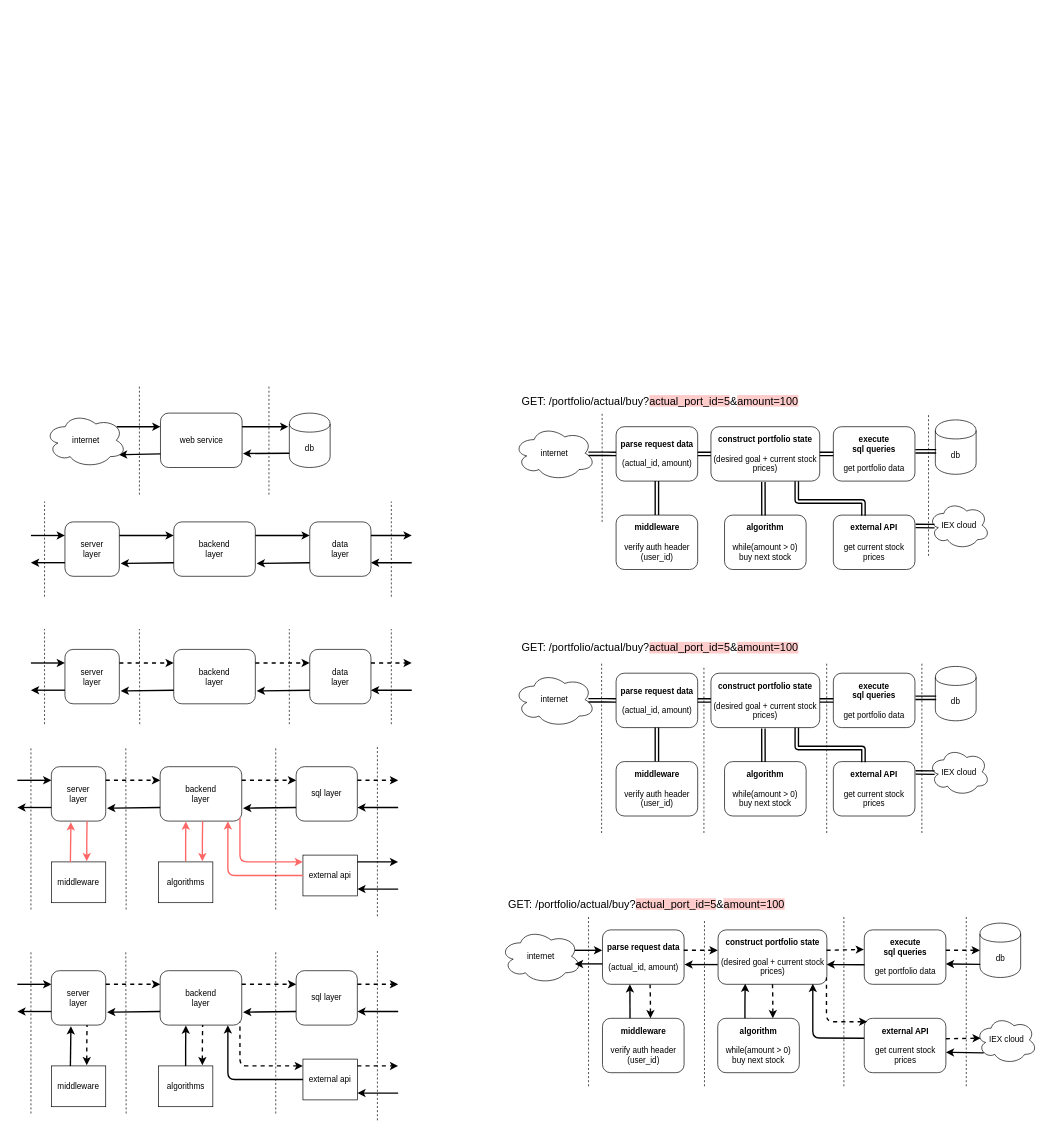
toidiu/talk_rust_belt_rust_2019 keeps this draw.io diagram as fin_talk.drawio. Above is the earlier version. Source tidied: cells renumbered, new cells numbered last; positions are measured from the earlier drawing's top-left corner, leaving out a move shared by most shapes. Both pictures are drawn from the tidied source at 68%, with x=0, y=0 at pixel (17, 386).
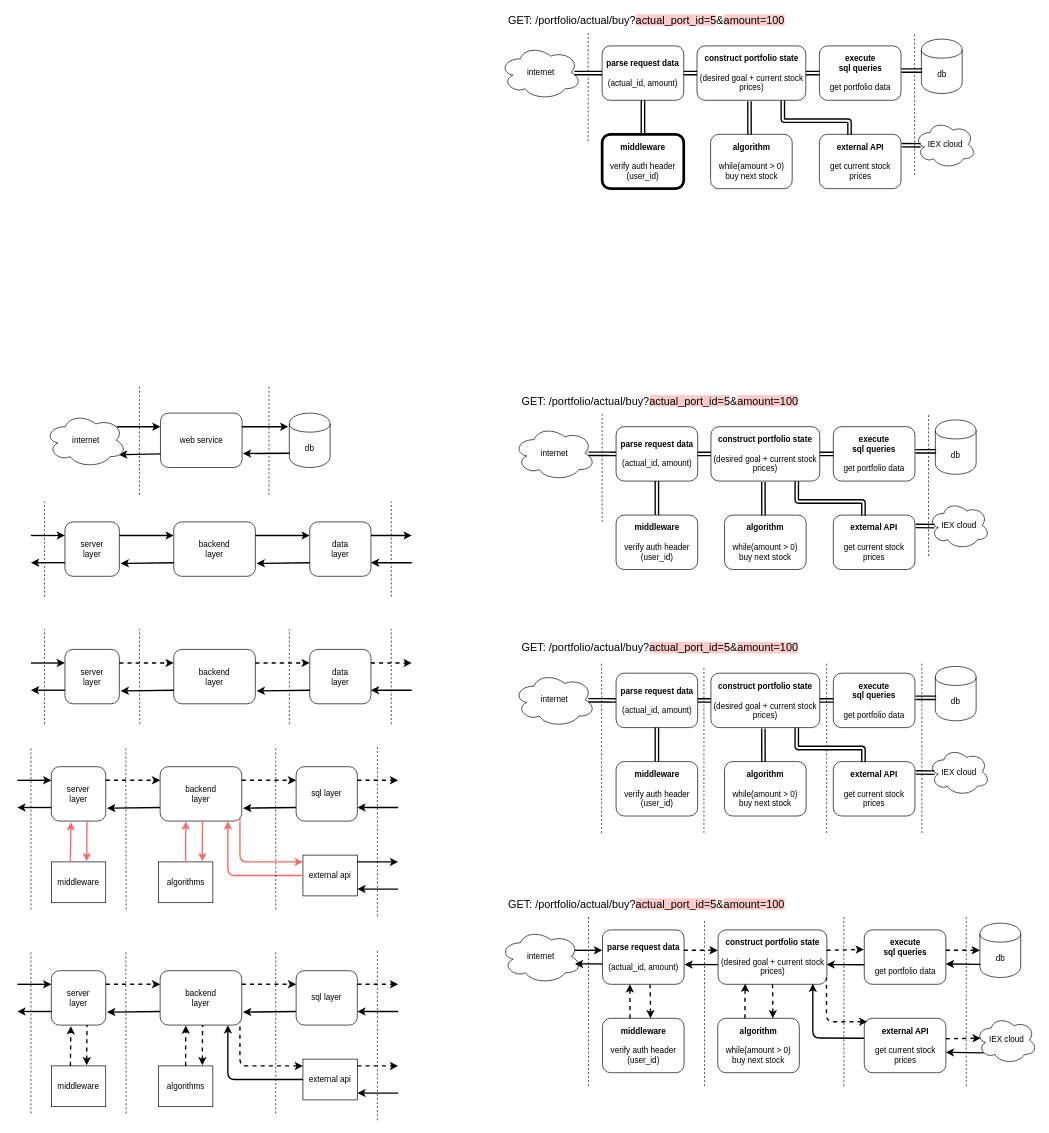
The same page after the edit.

Unchanged cells that the change refers to:
```xml
<mxCell id="104" value="&lt;div&gt;server&lt;/div&gt;&lt;div&gt;layer&lt;br&gt;&lt;/div&gt;" style="rounded=1;whiteSpace=wrap;html=1;" parent="1" vertex="1">
  <mxGeometry x="50" y="860" width="80" height="80" as="geometry" />
</mxCell>
<mxCell id="106" value="&lt;div&gt;backend&lt;/div&gt;&lt;div&gt;layer&lt;br&gt;&lt;/div&gt;" style="rounded=1;whiteSpace=wrap;html=1;" parent="1" vertex="1">
  <mxGeometry x="210" y="860" width="120" height="80" as="geometry" />
</mxCell>
<mxCell id="112" value="middleware" style="rounded=0;whiteSpace=wrap;html=1;" parent="1" vertex="1">
  <mxGeometry x="50" y="1000" width="80" height="60" as="geometry" />
</mxCell>
<mxCell id="115" value="&lt;div&gt;algorithms&lt;br&gt;&lt;/div&gt;" style="rounded=0;whiteSpace=wrap;html=1;" parent="1" vertex="1">
  <mxGeometry x="207.5" y="1000" width="80" height="60" as="geometry" />
</mxCell>
```

Change to the diagram source:
```diff
@@
-    <mxCell id="46" style="endArrow=none;dashed=1;html=1;" parent="1" edge="1">
-      <mxGeometry relative="1" as="geometry">
+    <mxCell id="46" value="&amp;nbsp; " style="endArrow=none;dashed=1;html=1;" parent="1" edge="1">
+      <mxGeometry x="0.04" y="-20" relative="1" as="geometry">
         <mxPoint x="840" y="1030" as="sourcePoint" />
         <mxPoint x="840" y="780" as="targetPoint" />
       </mxGeometry>
     </mxCell>
@@
-    <mxCell id="119" style="endArrow=classic;startArrow=none;html=1;strokeColor=#000000;strokeWidth=2;entryX=0.36;entryY=1.02;entryDx=0;entryDy=0;exitX=0.35;exitY=0;exitDx=0;exitDy=0;exitPerimeter=0;entryPerimeter=0;startFill=0;" parent="1" edge="1" source="112" target="104">
+    <mxCell id="119" style="endArrow=classic;startArrow=none;html=1;strokeColor=#000000;strokeWidth=2;entryX=0.36;entryY=1.02;entryDx=0;entryDy=0;exitX=0.35;exitY=0;exitDx=0;exitDy=0;exitPerimeter=0;entryPerimeter=0;startFill=0;dashed=1;" parent="1" edge="1" source="112" target="104">
       <mxGeometry relative="1" as="geometry" />
     </mxCell>
-    <mxCell id="120" style="endArrow=classic;startArrow=none;html=1;strokeColor=#000000;strokeWidth=2;entryX=0.315;entryY=1.009;entryDx=0;entryDy=0;entryPerimeter=0;edgeStyle=elbowEdgeStyle;elbow=vertical;startFill=0;exitX=0.5;exitY=0;exitDx=0;exitDy=0;" parent="1" edge="1" source="115" target="106">
+    <mxCell id="120" style="endArrow=classic;startArrow=none;html=1;strokeColor=#000000;strokeWidth=2;entryX=0.315;entryY=1.009;entryDx=0;entryDy=0;entryPerimeter=0;edgeStyle=elbowEdgeStyle;elbow=vertical;startFill=0;exitX=0.5;exitY=0;exitDx=0;exitDy=0;dashed=1;" parent="1" edge="1" source="115" target="106">
       <mxGeometry relative="1" as="geometry" />
     </mxCell>
@@
-    <mxCell id="141" style="endArrow=classic;startArrow=none;html=1;strokeColor=#000000;strokeWidth=2;entryX=0.36;entryY=1.02;entryDx=0;entryDy=0;entryPerimeter=0;startFill=0;" parent="1" edge="1">
+    <mxCell id="141" style="endArrow=classic;startArrow=none;html=1;strokeColor=#000000;strokeWidth=2;entryX=0.36;entryY=1.02;entryDx=0;entryDy=0;entryPerimeter=0;startFill=0;dashed=1;" parent="1" edge="1">
       <mxGeometry relative="1" as="geometry">
         <mxPoint x="901" y="930" as="sourcePoint" />
         <mxPoint x="900.8" y="880.1" as="targetPoint" />
       </mxGeometry>
     </mxCell>
-    <mxCell id="142" style="endArrow=classic;startArrow=none;html=1;strokeColor=#000000;strokeWidth=2;entryX=0.315;entryY=1.009;entryDx=0;entryDy=0;entryPerimeter=0;edgeStyle=elbowEdgeStyle;elbow=vertical;startFill=0;" parent="1" edge="1">
+    <mxCell id="142" style="endArrow=classic;startArrow=none;html=1;strokeColor=#000000;strokeWidth=2;entryX=0.315;entryY=1.009;entryDx=0;entryDy=0;entryPerimeter=0;edgeStyle=elbowEdgeStyle;elbow=vertical;startFill=0;dashed=1;" parent="1" edge="1">
       <mxGeometry relative="1" as="geometry">
         <mxPoint x="1070" y="930" as="sourcePoint" />
         <mxPoint x="1070.4" y="879.1" as="targetPoint" />
       </mxGeometry>
     </mxCell>
@@
+    <mxCell id="174" style="endArrow=none;dashed=1;html=1;" parent="1" edge="1">
+      <mxGeometry relative="1" as="geometry">
+        <mxPoint x="839.5" y="-360" as="sourcePoint" />
+        <mxPoint x="839.5" y="-520" as="targetPoint" />
+      </mxGeometry>
+    </mxCell>
+    <mxCell id="175" style="endArrow=none;dashed=1;html=1;" parent="1" edge="1">
+      <mxGeometry relative="1" as="geometry">
+        <mxPoint x="1319.5" y="-310" as="sourcePoint" />
+        <mxPoint x="1319.5" y="-520" as="targetPoint" />
+      </mxGeometry>
+    </mxCell>
+    <mxCell id="176" value="&lt;div&gt;&lt;b&gt;parse request data&lt;br&gt;&lt;br&gt;&lt;/b&gt;&lt;/div&gt;&lt;div&gt;(actual_id, amount)&lt;br&gt;&lt;/div&gt;" style="rounded=1;whiteSpace=wrap;html=1;" parent="1" vertex="1">
+      <mxGeometry x="860" y="-500" width="120" height="80" as="geometry" />
+    </mxCell>
+    <mxCell id="177" value="db" style="shape=cylinder;whiteSpace=wrap;html=1;boundedLbl=1;backgroundOutline=1;" parent="1" vertex="1">
+      <mxGeometry x="1329.5" y="-510" width="60" height="80" as="geometry" />
+    </mxCell>
+    <mxCell id="178" value="internet" style="ellipse;shape=cloud;whiteSpace=wrap;html=1;" parent="1" vertex="1">
+      <mxGeometry x="709.5" y="-501" width="120" height="80" as="geometry" />
+    </mxCell>
+    <mxCell id="179" value="&lt;div&gt;&lt;b&gt;middleware&lt;/b&gt;&lt;br&gt;&lt;br&gt;&lt;/div&gt;&lt;div&gt;verify auth header&lt;/div&gt;&lt;div&gt;(user_id)&lt;br&gt;&lt;/div&gt;" style="rounded=1;whiteSpace=wrap;html=1;strokeWidth=4;" parent="1" vertex="1">
+      <mxGeometry x="860" y="-370" width="120" height="80" as="geometry" />
+    </mxCell>
+    <mxCell id="180" value="&lt;b&gt;construct portfolio state&lt;br&gt;&lt;br&gt;&lt;/b&gt; (desired goal + current stock prices)" style="rounded=1;whiteSpace=wrap;html=1;" parent="1" vertex="1">
+      <mxGeometry x="999.5" y="-500" width="160" height="80" as="geometry" />
+    </mxCell>
+    <mxCell id="181" value="&lt;div&gt;&lt;b&gt;algorithm&lt;/b&gt;&lt;br&gt;&lt;/div&gt;&lt;div&gt;&lt;br&gt;&lt;/div&gt;&lt;div&gt;while(amount &amp;gt; 0)&lt;/div&gt;&lt;div&gt;buy next stock&lt;br&gt;&lt;/div&gt;" style="rounded=1;whiteSpace=wrap;html=1;" parent="1" vertex="1">
+      <mxGeometry x="1019.5" y="-370" width="120" height="80" as="geometry" />
+    </mxCell>
+    <mxCell id="182" value="&lt;div&gt;&lt;b&gt;execute &lt;br&gt;&lt;/b&gt;&lt;/div&gt;&lt;div&gt;&lt;b&gt;sql queries&lt;/b&gt;&lt;/div&gt;&lt;div&gt;&lt;b&gt;&lt;br&gt;&lt;/b&gt;&lt;/div&gt;&lt;div&gt;get portfolio data&lt;br&gt;&lt;b&gt;&lt;/b&gt;&lt;/div&gt;" style="rounded=1;whiteSpace=wrap;html=1;" parent="1" vertex="1">
+      <mxGeometry x="1179.5" y="-500" width="120" height="80" as="geometry" />
+    </mxCell>
+    <mxCell id="183" value="GET: &lt;span class=&quot;tabpanel-summary-value textbox-input devtools-monospace&quot;&gt;/portfolio/actual/buy?&lt;span style=&quot;background-color: rgb(255 , 204 , 204)&quot;&gt;actual_port_id=5&lt;/span&gt;&amp;amp;&lt;span style=&quot;background-color: rgb(255 , 204 , 204)&quot;&gt;amount=100&lt;/span&gt;&lt;/span&gt;" style="text;html=1;align=left;verticalAlign=top;spacingTop=-4;fontSize=16;fontColor=#000000;" parent="1" vertex="1">
+      <mxGeometry x="719.5" y="-550" width="420" height="20" as="geometry" />
+    </mxCell>
+    <mxCell id="184" style="endArrow=classic;startArrow=classic;html=1;strokeColor=#000000;strokeWidth=2;fontSize=16;fontColor=#000000;edgeStyle=orthogonalEdgeStyle;entryX=0;entryY=0.5;entryDx=0;entryDy=0;exitX=0.915;exitY=0.511;exitDx=0;exitDy=0;exitPerimeter=0;shape=link;" parent="1" edge="1" source="178" target="176">
+      <mxGeometry relative="1" as="geometry" />
+    </mxCell>
+    <mxCell id="185" style="endArrow=classic;startArrow=classic;html=1;strokeColor=#000000;strokeWidth=2;fontSize=16;fontColor=#000000;edgeStyle=orthogonalEdgeStyle;entryX=0;entryY=0.5;entryDx=0;entryDy=0;exitX=1;exitY=0.5;exitDx=0;exitDy=0;shape=link;" parent="1" edge="1" source="176" target="180">
+      <mxGeometry relative="1" as="geometry" />
+    </mxCell>
+    <mxCell id="186" style="endArrow=classic;startArrow=classic;html=1;strokeColor=#000000;strokeWidth=2;fontSize=16;fontColor=#000000;edgeStyle=orthogonalEdgeStyle;entryX=0.5;entryY=1;entryDx=0;entryDy=0;exitX=0.5;exitY=0;exitDx=0;exitDy=0;shape=link;" parent="1" edge="1" source="179" target="176">
+      <mxGeometry relative="1" as="geometry" />
+    </mxCell>
+    <mxCell id="187" style="endArrow=classic;startArrow=classic;html=1;strokeColor=#000000;strokeWidth=2;fontSize=16;fontColor=#000000;entryX=0.482;entryY=1.017;entryDx=0;entryDy=0;exitX=0.477;exitY=0.007;exitDx=0;exitDy=0;entryPerimeter=0;exitPerimeter=0;shape=link;" parent="1" edge="1" source="181" target="180">
+      <mxGeometry relative="1" as="geometry" />
+    </mxCell>
+    <mxCell id="188" style="endArrow=classic;startArrow=classic;html=1;strokeColor=#000000;strokeWidth=2;fontSize=16;fontColor=#000000;edgeStyle=orthogonalEdgeStyle;entryX=0;entryY=0.5;entryDx=0;entryDy=0;exitX=1;exitY=0.5;exitDx=0;exitDy=0;shape=link;" parent="1" edge="1" source="180" target="182">
+      <mxGeometry relative="1" as="geometry" />
+    </mxCell>
+    <mxCell id="189" style="endArrow=classic;startArrow=classic;html=1;strokeColor=#000000;strokeWidth=2;fontSize=16;fontColor=#000000;edgeStyle=orthogonalEdgeStyle;entryX=0.021;entryY=0.578;entryDx=0;entryDy=0;exitX=1.006;exitY=0.453;exitDx=0;exitDy=0;shape=link;exitPerimeter=0;entryPerimeter=0;" parent="1" edge="1" source="182" target="177">
+      <mxGeometry relative="1" as="geometry" />
+    </mxCell>
+    <mxCell id="190" value="&lt;div&gt;&lt;b&gt;external API&lt;/b&gt;&lt;br&gt;&lt;/div&gt;&lt;div&gt;&lt;br&gt;&lt;/div&gt;&lt;div&gt;get current stock prices&lt;/div&gt;" style="rounded=1;whiteSpace=wrap;html=1;" parent="1" vertex="1">
+      <mxGeometry x="1179.5" y="-370" width="120" height="80" as="geometry" />
+    </mxCell>
+    <mxCell id="191" style="endArrow=classic;startArrow=classic;html=1;strokeColor=#000000;strokeWidth=2;fontSize=16;fontColor=#000000;edgeStyle=orthogonalEdgeStyle;entryX=0.369;entryY=0.011;entryDx=0;entryDy=0;exitX=0.789;exitY=1.005;exitDx=0;exitDy=0;shape=link;entryPerimeter=0;exitPerimeter=0;" parent="1" edge="1" source="180" target="190">
+      <mxGeometry relative="1" as="geometry">
+        <Array as="points">
+          <mxPoint x="1125.5" y="-390" />
+          <mxPoint x="1223.5" y="-390" />
+        </Array>
+      </mxGeometry>
+    </mxCell>
+    <mxCell id="192" value="IEX cloud" style="ellipse;shape=cloud;whiteSpace=wrap;html=1;" parent="1" vertex="1">
+      <mxGeometry x="1319.5" y="-390" width="90" height="70" as="geometry" />
+    </mxCell>
+    <mxCell id="193" style="endArrow=classic;startArrow=classic;html=1;strokeColor=#000000;strokeWidth=2;fontSize=16;fontColor=#000000;shape=link;entryX=0.099;entryY=0.517;entryDx=0;entryDy=0;entryPerimeter=0;" parent="1" edge="1" target="192">
+      <mxGeometry relative="1" as="geometry">
+        <mxPoint x="1300.5" y="-354" as="sourcePoint" />
+      </mxGeometry>
+    </mxCell>
```
